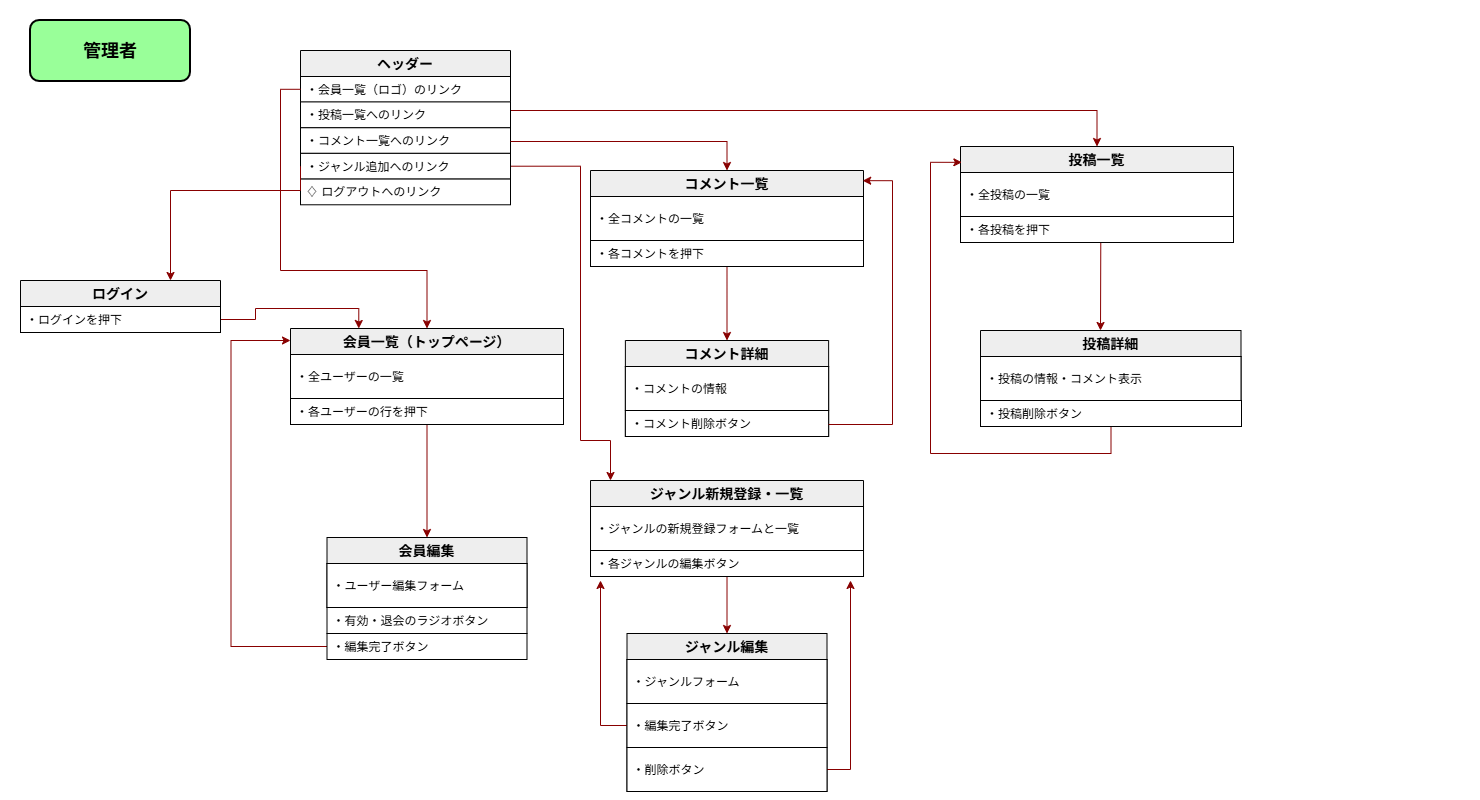
Above: docs/images/UIFlows_管理者.drawio.png in zassi-17/GATS (draw.io), before the change. Source tidied: cells renumbered, new cells last; positions are measured from the earlier drawing's top-left corner, leaving out a move shared by most shapes.
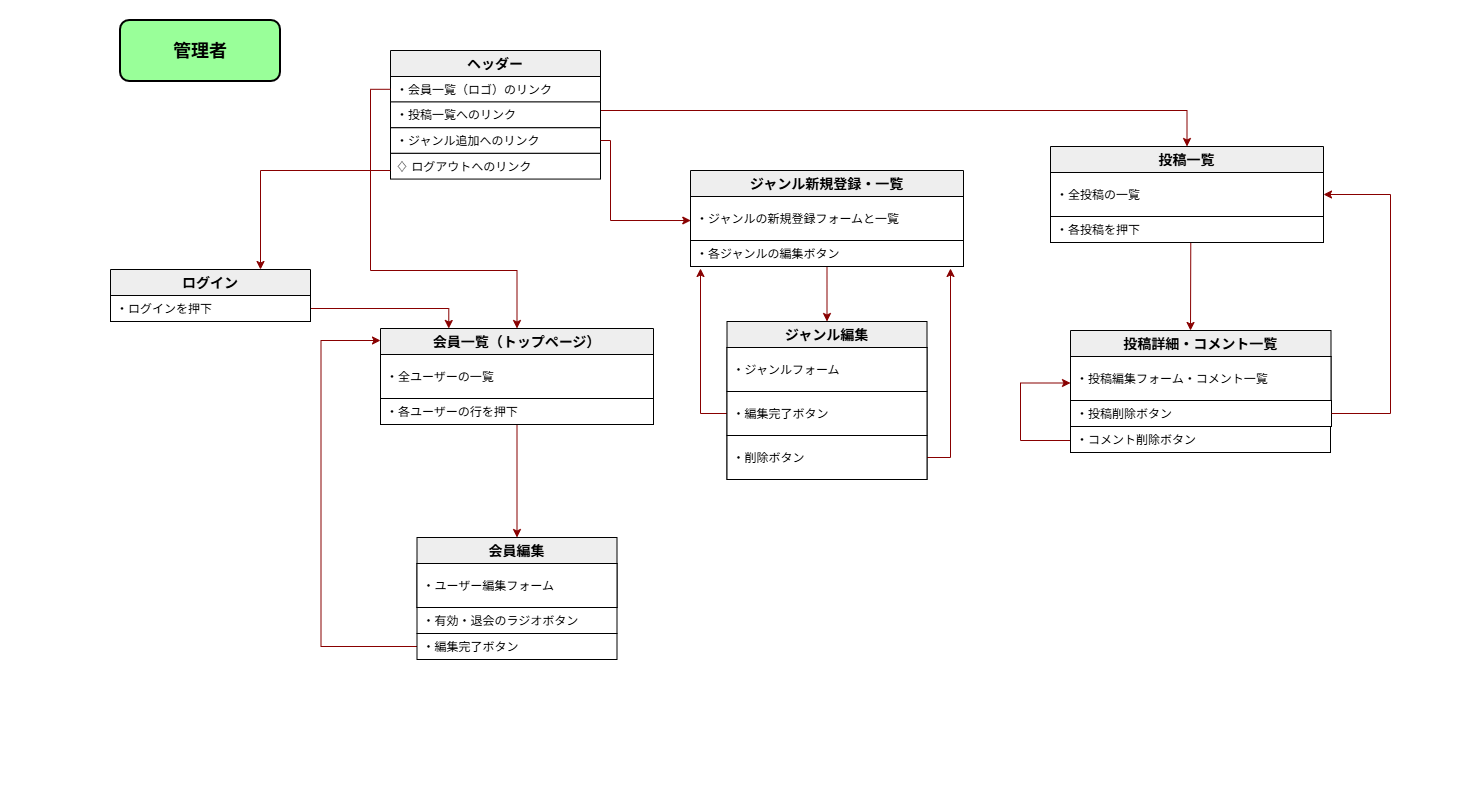
Later version of the same file.

Commit message:
リードミー編集

The edit, as a diff of the source:
```diff
@@ -3,7 +3,7 @@
     <mxCell id="0" />
     <mxCell id="1" parent="0" />
     <mxCell id="2" style="rounded=0;whiteSpace=wrap;html=1;fillColor=#fff;strokeColor=none;" parent="1" vertex="1">
-      <mxGeometry width="1480" height="800" as="geometry" />
+      <mxGeometry x="-90" width="1480" height="800" as="geometry" />
     </mxCell>
     <mxCell id="3" value="&lt;b&gt;&lt;font style=&quot;font-size: 18px;&quot;&gt;管理者&lt;/font&gt;&lt;/b&gt;" style="rounded=1;whiteSpace=wrap;html=1;strokeColor=#000000;strokeWidth=2;fontSize=14;fillColor=#99FF99;" parent="1" vertex="1">
       <mxGeometry x="30" y="20" width="160" height="61" as="geometry" />
@@ -12,7 +12,7 @@
       <mxGeometry relative="1" as="geometry" />
     </mxCell>
     <mxCell id="5" value="ログイン" style="swimlane;fontStyle=1;horizontal=1;startSize=26;strokeColor=#000000;strokeWidth=1;fillColor=#eee;fontSize=14;" parent="1" vertex="1">
-      <mxGeometry x="20" y="280" width="200" height="52" as="geometry" />
+      <mxGeometry x="20" y="269" width="200" height="52" as="geometry" />
     </mxCell>
     <mxCell id="6" value="・ログインを押下" style="text;align=left;verticalAlign=middle;spacingLeft=4;spacingRight=4;overflow=hidden;fillColor=#ffffff;strokeColor=#000000;" parent="5" vertex="1">
       <mxGeometry y="26" width="200" height="26" as="geometry" />
@@ -47,10 +47,10 @@
     <mxCell id="14" value="・各投稿を押下" style="text;align=left;verticalAlign=middle;spacingLeft=4;spacingRight=4;overflow=hidden;fillColor=#ffffff;strokeColor=#000000;fontColor=#000000;" parent="12" vertex="1">
       <mxGeometry y="70" width="273" height="26" as="geometry" />
     </mxCell>
-    <mxCell id="15" value="投稿詳細" style="swimlane;fontStyle=1;horizontal=1;startSize=26;strokeColor=#000000;strokeWidth=1;fillColor=#eee;fontSize=14;" parent="1" vertex="1">
+    <mxCell id="15" value="投稿詳細・コメント一覧" style="swimlane;fontStyle=1;horizontal=1;startSize=26;strokeColor=#000000;strokeWidth=1;fillColor=#eee;fontSize=14;" parent="1" vertex="1">
       <mxGeometry x="980" y="330" width="260.5" height="70" as="geometry" />
     </mxCell>
-    <mxCell id="16" value="・投稿の情報・コメント表示" style="text;align=left;verticalAlign=middle;spacingLeft=4;spacingRight=4;overflow=hidden;fillColor=#ffffff;strokeColor=#000000;" parent="15" vertex="1">
+    <mxCell id="16" value="・投稿編集フォーム・コメント一覧" style="text;align=left;verticalAlign=middle;spacingLeft=4;spacingRight=4;overflow=hidden;fillColor=#ffffff;strokeColor=#000000;" parent="15" vertex="1">
       <mxGeometry y="26" width="260.5" height="44" as="geometry" />
     </mxCell>
     <mxCell id="17" style="edgeStyle=orthogonalEdgeStyle;jettySize=auto;html=1;rounded=0;fillColor=#FF0000;strokeColor=#880000;" parent="1" edge="1" target="12">
@@ -73,37 +73,15 @@
     <mxCell id="21" value="・会員一覧（ロゴ）のリンク" style="text;align=left;verticalAlign=middle;spacingLeft=4;spacingRight=4;overflow=hidden;fillColor=#ffffff;strokeColor=#000000;" parent="20" vertex="1">
       <mxGeometry y="26" width="210" height="25.7" as="geometry" />
     </mxCell>
-    <mxCell id="22" value="・コメント一覧へのリンク" style="text;align=left;verticalAlign=middle;spacingLeft=4;spacingRight=4;overflow=hidden;points=[[0,0.5],[1,0.5]];portConstraint=eastwest;fillColor=#ffffff;strokeColor=#000000;" parent="19" vertex="1">
-      <mxGeometry y="77.1" width="210" height="25.7" as="geometry" />
-    </mxCell>
-    <mxCell id="23" style="edgeStyle=orthogonalEdgeStyle;rounded=0;jettySize=auto;html=1;exitX=1;exitY=0.5;exitDx=0;exitDy=0;strokeColor=#880000;" parent="19" edge="1" source="24">
-      <mxGeometry relative="1" as="geometry">
-        <mxPoint x="310" y="430" as="targetPoint" />
-        <Array as="points">
-          <mxPoint x="280" y="116" />
-          <mxPoint x="280" y="390" />
-          <mxPoint x="310" y="390" />
-        </Array>
-      </mxGeometry>
-    </mxCell>
     <mxCell id="24" value="・ジャンル追加へのリンク" style="text;align=left;verticalAlign=middle;spacingLeft=4;spacingRight=4;overflow=hidden;points=[[0,0.5],[1,0.5]];portConstraint=eastwest;fillColor=#ffffff;strokeColor=#000000;" parent="19" vertex="1">
-      <mxGeometry y="102.9" width="210" height="25.7" as="geometry" />
+      <mxGeometry y="77.1" width="210" height="25.7" as="geometry" />
     </mxCell>
     <mxCell id="25" value="・投稿一覧へのリンク" style="text;align=left;verticalAlign=middle;spacingLeft=4;spacingRight=4;overflow=hidden;fillColor=#ffffff;strokeColor=#000000;" parent="19" vertex="1">
       <mxGeometry y="51.4" width="210" height="25.7" as="geometry" />
     </mxCell>
     <mxCell id="26" value="♢ ログアウトへのリンク" style="text;align=left;verticalAlign=middle;spacingLeft=4;spacingRight=4;overflow=hidden;fillColor=#ffffff;strokeColor=#000000;" parent="19" vertex="1">
-      <mxGeometry y="128.6" width="210" height="25.7" as="geometry" />
+      <mxGeometry y="102.9" width="210" height="25.7" as="geometry" />
     </mxCell>
-    <mxCell id="27" value="コメント詳細" style="swimlane;fontStyle=1;horizontal=1;startSize=26;strokeColor=#000000;strokeWidth=1;fillColor=#eee;fontSize=14;" parent="1" vertex="1">
-      <mxGeometry x="624.9" y="340" width="203.2" height="96" as="geometry" />
-    </mxCell>
-    <mxCell id="28" value="・コメントの情報" style="text;align=left;verticalAlign=middle;spacingLeft=4;spacingRight=4;overflow=hidden;fillColor=#ffffff;strokeColor=#000000;fontSize=12;" parent="27" vertex="1">
-      <mxGeometry y="26" width="203.2" height="44" as="geometry" />
-    </mxCell>
-    <mxCell id="29" value="・コメント削除ボタン" style="text;align=left;verticalAlign=middle;spacingLeft=4;spacingRight=4;overflow=hidden;points=[[0,0.5],[1,0.5]];portConstraint=eastwest;fillColor=#ffffff;strokeColor=#000000;fontColor=#000000;" parent="27" vertex="1">
-      <mxGeometry y="70" width="203.2" height="26" as="geometry" />
-    </mxCell>
     <mxCell id="30" style="edgeStyle=orthogonalEdgeStyle;rounded=0;orthogonalLoop=1;jettySize=auto;html=1;exitX=1;exitY=0.5;exitDx=0;exitDy=0;" parent="1" edge="1">
       <mxGeometry relative="1" as="geometry">
         <mxPoint x="510" y="235" as="sourcePoint" />
@@ -122,52 +100,26 @@
     <mxCell id="34" value="・各ユーザーの行を押下" style="text;align=left;verticalAlign=middle;spacingLeft=4;spacingRight=4;overflow=hidden;fillColor=#ffffff;strokeColor=#000000;fontColor=#000000;" parent="32" vertex="1">
       <mxGeometry y="70" width="273" height="26" as="geometry" />
     </mxCell>
-    <mxCell id="35" style="edgeStyle=orthogonalEdgeStyle;rounded=0;jettySize=auto;html=1;entryX=0.005;entryY=0.165;entryDx=0;entryDy=0;entryPerimeter=0;strokeColor=#880000;" parent="1" edge="1" source="36" target="12">
-      <mxGeometry relative="1" as="geometry">
-        <Array as="points">
-          <mxPoint x="930" y="453" />
-          <mxPoint x="930" y="162" />
-        </Array>
-      </mxGeometry>
-    </mxCell>
     <mxCell id="36" value="・投稿削除ボタン" style="text;align=left;verticalAlign=middle;spacingLeft=4;spacingRight=4;overflow=hidden;points=[[0,0.5],[1,0.5]];portConstraint=eastwest;fillColor=#ffffff;strokeColor=#000000;fontColor=#000000;" parent="1" vertex="1">
       <mxGeometry x="980" y="400" width="261" height="26" as="geometry" />
     </mxCell>
-    <mxCell id="37" style="edgeStyle=orthogonalEdgeStyle;rounded=0;jettySize=auto;html=1;exitX=0;exitY=0.5;exitDx=0;exitDy=0;entryX=0.75;entryY=0;entryDx=0;entryDy=0;strokeColor=#880000;" parent="1" edge="1" source="24" target="5">
+    <mxCell id="37" style="edgeStyle=orthogonalEdgeStyle;rounded=0;jettySize=auto;html=1;entryX=0.75;entryY=0;entryDx=0;entryDy=0;strokeColor=#880000;" parent="1" edge="1" target="5">
       <mxGeometry relative="1" as="geometry">
+        <mxPoint x="300" y="170" as="sourcePoint" />
         <Array as="points">
-          <mxPoint x="300" y="190" />
-          <mxPoint x="170" y="190" />
+          <mxPoint x="300" y="170" />
+          <mxPoint x="170" y="170" />
         </Array>
       </mxGeometry>
     </mxCell>
-    <mxCell id="38" style="edgeStyle=orthogonalEdgeStyle;rounded=0;jettySize=auto;html=1;exitX=0.5;exitY=1;exitDx=0;exitDy=0;entryX=0.5;entryY=0;entryDx=0;entryDy=0;strokeColor=#880000;" parent="1" edge="1" source="39" target="27">
-      <mxGeometry relative="1" as="geometry" />
-    </mxCell>
-    <mxCell id="39" value="コメント一覧" style="swimlane;fontStyle=1;horizontal=1;startSize=26;strokeColor=#000000;strokeWidth=1;fillColor=#eee;fontSize=14;" parent="1" vertex="1">
-      <mxGeometry x="590" y="170" width="273" height="96" as="geometry" />
-    </mxCell>
-    <mxCell id="40" value="・全コメントの一覧" style="text;align=left;verticalAlign=middle;spacingLeft=4;spacingRight=4;overflow=hidden;fillColor=#ffffff;strokeColor=#000000;" parent="39" vertex="1">
-      <mxGeometry y="26" width="273" height="44" as="geometry" />
-    </mxCell>
-    <mxCell id="41" value="・各コメントを押下" style="text;align=left;verticalAlign=middle;spacingLeft=4;spacingRight=4;overflow=hidden;fillColor=#ffffff;strokeColor=#000000;fontColor=#000000;" parent="39" vertex="1">
-      <mxGeometry y="70" width="273" height="26" as="geometry" />
-    </mxCell>
-    <mxCell id="42" style="edgeStyle=orthogonalEdgeStyle;rounded=0;jettySize=auto;html=1;entryX=0.997;entryY=0.106;entryDx=0;entryDy=0;entryPerimeter=0;strokeColor=#880000;" parent="1" edge="1" source="29" target="39">
+    <mxCell id="42" style="edgeStyle=orthogonalEdgeStyle;rounded=0;jettySize=auto;html=1;entryX=0;entryY=0.75;entryDx=0;entryDy=0;strokeColor=#880000;" parent="1" edge="1" source="29" target="15">
       <mxGeometry relative="1" as="geometry">
         <Array as="points">
-          <mxPoint x="892" y="424" />
-          <mxPoint x="892" y="180" />
+          <mxPoint x="930" y="440" />
+          <mxPoint x="930" y="383" />
         </Array>
       </mxGeometry>
     </mxCell>
-    <mxCell id="43" style="edgeStyle=orthogonalEdgeStyle;rounded=0;jettySize=auto;html=1;strokeColor=#880000;entryX=0.5;entryY=0;entryDx=0;entryDy=0;" parent="1" edge="1" source="22" target="39">
-      <mxGeometry relative="1" as="geometry">
-        <Array as="points">
-          <mxPoint x="727" y="141" />
-        </Array>
-      </mxGeometry>
-    </mxCell>
     <mxCell id="44" style="edgeStyle=orthogonalEdgeStyle;rounded=0;jettySize=auto;html=1;exitX=0;exitY=0.75;exitDx=0;exitDy=0;entryX=0.5;entryY=0;entryDx=0;entryDy=0;strokeColor=#880000;" parent="1" edge="1" source="20" target="32">
       <mxGeometry relative="1" as="geometry">
         <Array as="points">
@@ -181,7 +133,7 @@
       <mxGeometry relative="1" as="geometry" />
     </mxCell>
     <mxCell id="46" value="ジャンル新規登録・一覧" style="swimlane;fontStyle=1;horizontal=1;startSize=26;strokeColor=#000000;strokeWidth=1;fillColor=#eee;fontSize=14;" parent="1" vertex="1">
-      <mxGeometry x="590" y="480" width="273" height="96" as="geometry" />
+      <mxGeometry x="600" y="170" width="273" height="96" as="geometry" />
     </mxCell>
     <mxCell id="47" value="・ジャンルの新規登録フォームと一覧" style="text;align=left;verticalAlign=middle;spacingLeft=4;spacingRight=4;overflow=hidden;fillColor=#ffffff;strokeColor=#000000;" parent="46" vertex="1">
       <mxGeometry y="26" width="273" height="44" as="geometry" />
@@ -190,7 +142,7 @@
       <mxGeometry y="70" width="273" height="26" as="geometry" />
     </mxCell>
     <mxCell id="49" value="ジャンル編集" style="swimlane;fontStyle=1;horizontal=1;startSize=26;strokeColor=#000000;strokeWidth=1;fillColor=#eee;fontSize=14;" parent="1" vertex="1">
-      <mxGeometry x="626.5" y="633" width="200" height="158" as="geometry" />
+      <mxGeometry x="636.5" y="321" width="200" height="158" as="geometry" />
     </mxCell>
     <mxCell id="50" value="・ジャンルフォーム" style="text;align=left;verticalAlign=middle;spacingLeft=4;spacingRight=4;overflow=hidden;fillColor=#ffffff;strokeColor=#000000;" parent="49" vertex="1">
       <mxGeometry y="26" width="200" height="44" as="geometry" />
@@ -217,5 +169,25 @@
     <mxCell id="56" style="text;align=left;verticalAlign=middle;spacingLeft=4;spacingRight=4;overflow=hidden;fillColor=#FFFFFF;strokeColor=none;" parent="1" vertex="1">
       <mxGeometry x="300" y="205.1" height="25.7" as="geometry" />
     </mxCell>
+    <mxCell id="29" value="・コメント削除ボタン" style="text;align=left;verticalAlign=middle;spacingLeft=4;spacingRight=4;overflow=hidden;points=[[0,0.5],[1,0.5]];portConstraint=eastwest;fillColor=#ffffff;strokeColor=#000000;fontColor=#000000;" parent="1" vertex="1">
+      <mxGeometry x="980" y="426" width="260" height="26" as="geometry" />
+    </mxCell>
+    <mxCell id="57" style="edgeStyle=orthogonalEdgeStyle;jettySize=auto;html=1;rounded=0;strokeColor=#880000;exitX=1;exitY=0.5;exitDx=0;exitDy=0;entryX=1;entryY=0.5;entryDx=0;entryDy=0;" parent="1" edge="1" source="36" target="13">
+      <mxGeometry relative="1" as="geometry">
+        <Array as="points">
+          <mxPoint x="1300" y="413" />
+          <mxPoint x="1300" y="194" />
+        </Array>
+      </mxGeometry>
+    </mxCell>
+    <mxCell id="23" style="edgeStyle=orthogonalEdgeStyle;rounded=0;jettySize=auto;html=1;exitX=1;exitY=0.5;exitDx=0;exitDy=0;strokeColor=#880000;entryX=0.001;entryY=0.146;entryDx=0;entryDy=0;entryPerimeter=0;" parent="1" edge="1" source="24">
+      <mxGeometry relative="1" as="geometry">
+        <mxPoint x="600.3" y="220" as="targetPoint" />
+        <Array as="points">
+          <mxPoint x="520" y="140" />
+          <mxPoint x="520" y="220" />
+        </Array>
+      </mxGeometry>
+    </mxCell>
   </root>
 </mxGraphModel>
```
